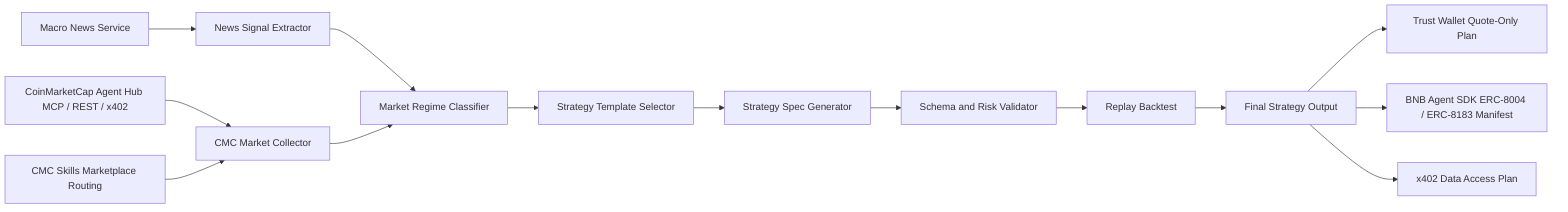
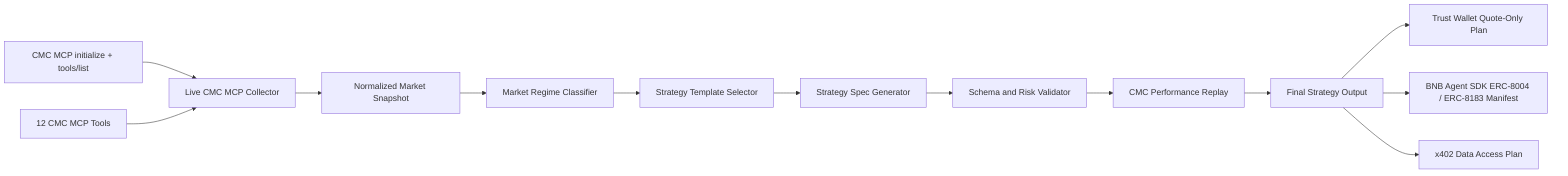
flowchart LR
-     A["Macro News Service"] --> B["News Signal Extractor"]
-     C["CoinMarketCap Agent Hub MCP / REST / x402"] --> D["CMC Market Collector"]
-     M["CMC Skills Marketplace Routing"] --> D
-     B --> E["Market Regime Classifier"]
-     D --> E
+     A["CMC MCP initialize + tools/list"] --> B["Live CMC MCP Collector"]
+     C["12 CMC MCP Tools"] --> B
+     B --> D["Normalized Market Snapshot"]
+     D --> E["Market Regime Classifier"]
    E --> F["Strategy Template Selector"]
    F --> G["Strategy Spec Generator"]
    G --> H["Schema and Risk Validator"]
-     H --> I["Replay Backtest"]
+     H --> I["CMC Performance Replay"]
    I --> J["Final Strategy Output"]
    J --> K["Trust Wallet Quote-Only Plan"]
    J --> L["BNB Agent SDK ERC-8004 / ERC-8183 Manifest"]
    J --> N["x402 Data Access Plan"]
